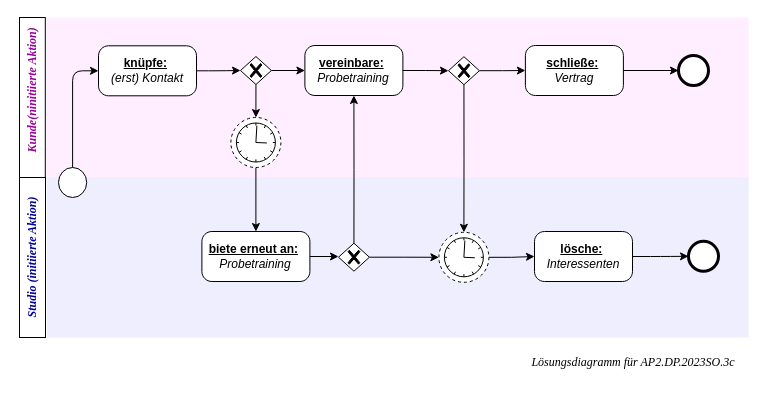
Before: sources/lf.ap2/ap2.dp.2023SO.t1.a3/diagrams.drawio in protirone/protico.ltx, a draw.io diagram. Source tidied: cells renumbered, new cells numbered last; positions are measured from the earlier drawing's top-left corner, leaving out a move shared by most shapes. Both pictures are drawn from the tidied source at 100%, with x=0, y=0 at pixel (-49, 17).
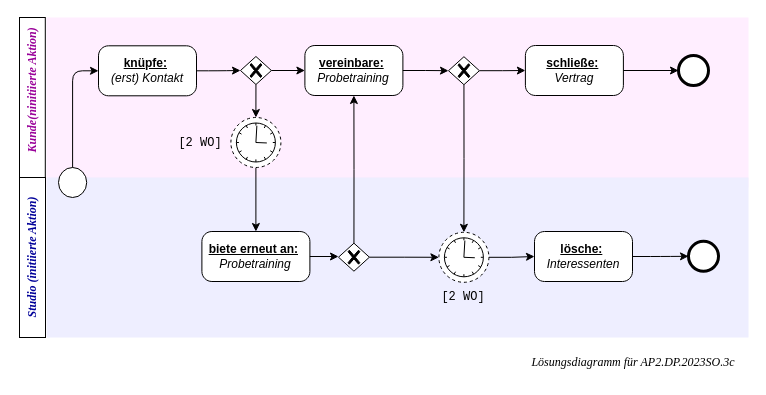
After the change.

The edit, as a diff of the source:
```diff
@@
+    <mxCell id="36" value="&lt;font face=&quot;Courier New&quot;&gt;[2 WO]&lt;/font&gt;" style="text;html=1;align=center;verticalAlign=middle;whiteSpace=wrap;rounded=0;" parent="1" vertex="1">
+      <mxGeometry x="219.4" y="110" width="60" height="30" as="geometry" />
+    </mxCell>
+    <mxCell id="37" value="&lt;font face=&quot;Courier New&quot;&gt;[2 WO]&lt;/font&gt;" style="text;html=1;align=center;verticalAlign=middle;whiteSpace=wrap;rounded=0;" parent="1" vertex="1">
+      <mxGeometry x="482.4" y="264" width="60" height="30" as="geometry" />
+    </mxCell>
```
